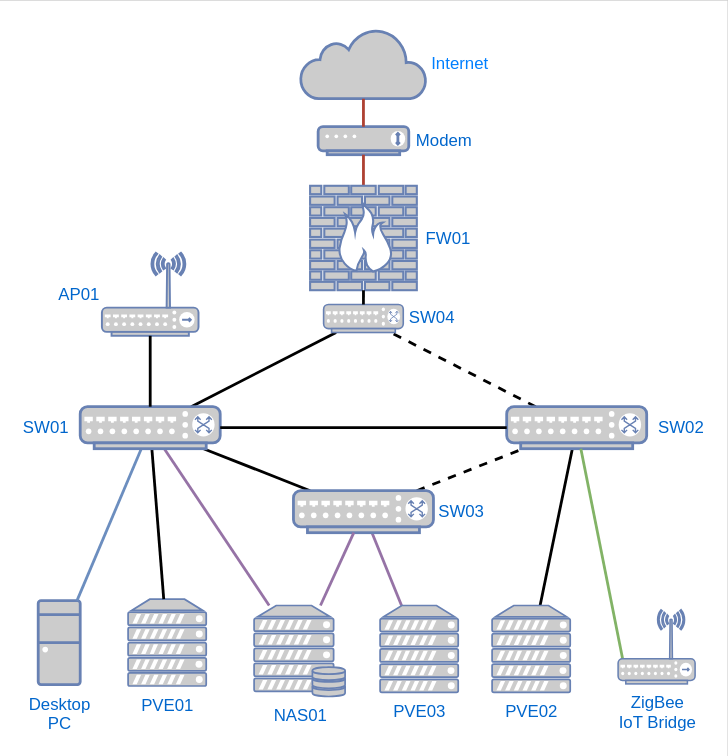
bcbrookman/homeops keeps this draw.io diagram as docs/content/assets/homeops-physical-network-topology.svg. Above is the earlier version. Source tidied: cells renumbered, new cells last; positions are measured from the earlier drawing's top-left corner, leaving out a move shared by most shapes.
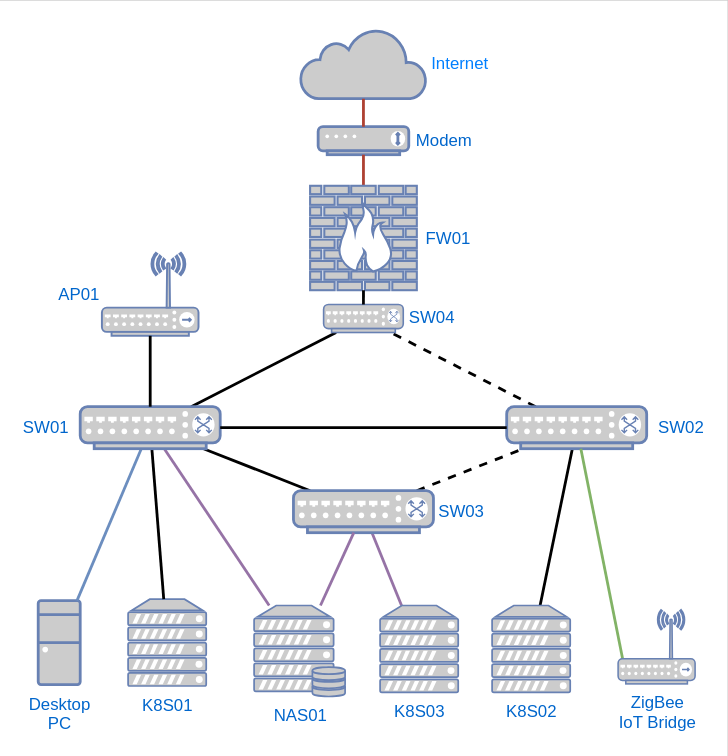
After the change.

What changed in the source:
```diff
@@ -29,13 +29,13 @@
     <mxCell id="10" value="FW01" style="fontColor=#0066CC;verticalAlign=middle;verticalLabelPosition=middle;labelPosition=right;align=left;html=1;outlineConnect=0;fillColor=#CCCCCC;strokeColor=#6881B3;gradientColor=none;gradientDirection=north;strokeWidth=2;shape=mxgraph.networks.firewall;fontFamily=Arial;spacingLeft=5;spacingRight=5;" parent="1" vertex="1">
       <mxGeometry x="222" y="132.2" width="76.2" height="74.6" as="geometry" />
     </mxCell>
-    <mxCell id="11" value="PVE01" style="fontColor=#0066CC;verticalAlign=top;verticalLabelPosition=bottom;labelPosition=center;align=center;html=1;outlineConnect=0;fillColor=#CCCCCC;strokeColor=#6881B3;gradientColor=none;gradientDirection=north;strokeWidth=2;shape=mxgraph.networks.server;fontFamily=Arial;" parent="1" vertex="1">
+    <mxCell id="11" value="K8S01" style="fontColor=#0066CC;verticalAlign=top;verticalLabelPosition=bottom;labelPosition=center;align=center;html=1;outlineConnect=0;fillColor=#CCCCCC;strokeColor=#6881B3;gradientColor=none;gradientDirection=north;strokeWidth=2;shape=mxgraph.networks.server;fontFamily=Arial;" parent="1" vertex="1">
       <mxGeometry x="92" y="427.5" width="55.8" height="62" as="geometry" />
     </mxCell>
-    <mxCell id="12" value="PVE03" style="fontColor=#0066CC;verticalAlign=top;verticalLabelPosition=bottom;labelPosition=center;align=center;html=1;outlineConnect=0;fillColor=#CCCCCC;strokeColor=#6881B3;gradientColor=none;gradientDirection=north;strokeWidth=2;shape=mxgraph.networks.server;fontFamily=Arial;" parent="1" vertex="1">
+    <mxCell id="12" value="K8S03" style="fontColor=#0066CC;verticalAlign=top;verticalLabelPosition=bottom;labelPosition=center;align=center;html=1;outlineConnect=0;fillColor=#CCCCCC;strokeColor=#6881B3;gradientColor=none;gradientDirection=north;strokeWidth=2;shape=mxgraph.networks.server;fontFamily=Arial;" parent="1" vertex="1">
       <mxGeometry x="272" y="432" width="55.8" height="62" as="geometry" />
     </mxCell>
-    <mxCell id="13" value="PVE02" style="fontColor=#0066CC;verticalAlign=top;verticalLabelPosition=bottom;labelPosition=center;align=center;html=1;outlineConnect=0;fillColor=#CCCCCC;strokeColor=#6881B3;gradientColor=none;gradientDirection=north;strokeWidth=2;shape=mxgraph.networks.server;fontFamily=Arial;" parent="1" vertex="1">
+    <mxCell id="13" value="K8S02" style="fontColor=#0066CC;verticalAlign=top;verticalLabelPosition=bottom;labelPosition=center;align=center;html=1;outlineConnect=0;fillColor=#CCCCCC;strokeColor=#6881B3;gradientColor=none;gradientDirection=north;strokeWidth=2;shape=mxgraph.networks.server;fontFamily=Arial;" parent="1" vertex="1">
       <mxGeometry x="352" y="432" width="55.8" height="62" as="geometry" />
     </mxCell>
     <mxCell id="14" style="endArrow=none;html=1;strokeWidth=2;fontFamily=Arial;dashed=1;rounded=1;" parent="1" edge="1" source="27" target="32">
```
